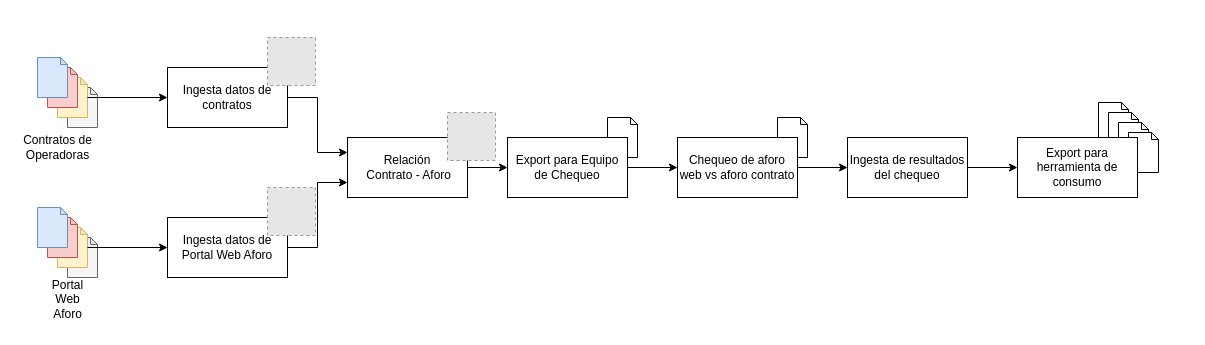
icuefue/draw.io keeps this draw.io diagram as draw.io/LaLiga/Chek_Aforo.drawio. Above is the earlier version. Source tidied: cells renumbered, new cells numbered last; positions are measured from the earlier drawing's top-left corner, leaving out a move shared by most shapes. Both pictures are drawn from the tidied source at 100%, with x=0, y=0 at pixel (17, 37). Pictures stored in the file or linked from it are replaced by grey dashed boxes.
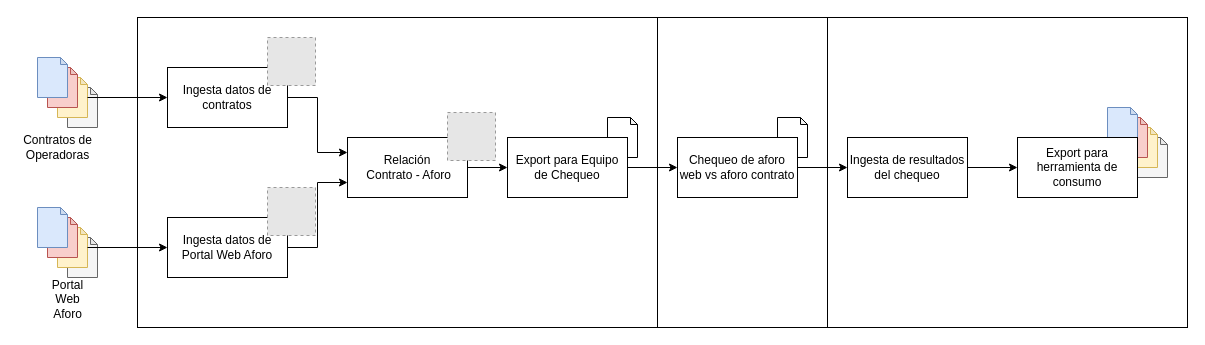
Above is the later version.

The edit, as a diff of the source:
```diff
@@
-    <mxCell id="2" style="shape=note;whiteSpace=wrap;html=1;backgroundOutline=1;darkOpacity=0.05;size=7;" parent="1" vertex="1">
-      <mxGeometry x="1081" y="65" width="30" height="40" as="geometry" />
-    </mxCell>
-    <mxCell id="3" style="shape=note;whiteSpace=wrap;html=1;backgroundOutline=1;darkOpacity=0.05;size=7;" parent="1" vertex="1">
-      <mxGeometry x="1091" y="75" width="30" height="40" as="geometry" />
-    </mxCell>
-    <mxCell id="4" style="shape=note;whiteSpace=wrap;html=1;backgroundOutline=1;darkOpacity=0.05;size=7;" parent="1" vertex="1">
-      <mxGeometry x="1101" y="85" width="30" height="40" as="geometry" />
-    </mxCell>
-    <mxCell id="5" style="shape=note;whiteSpace=wrap;html=1;backgroundOutline=1;darkOpacity=0.05;size=7;" parent="1" vertex="1">
-      <mxGeometry x="1111" y="95" width="30" height="40" as="geometry" />
-    </mxCell>
+    <mxCell id="38" style="rounded=0;whiteSpace=wrap;html=1;labelBackgroundColor=#FF0000;" parent="1" vertex="1">
+      <mxGeometry x="640" y="-20" width="170" height="310" as="geometry" />
+    </mxCell>
+    <mxCell id="39" style="rounded=0;whiteSpace=wrap;html=1;labelBackgroundColor=#FF0000;" parent="1" vertex="1">
+      <mxGeometry x="810" y="-20" width="360" height="310" as="geometry" />
+    </mxCell>
+    <mxCell id="40" style="rounded=0;whiteSpace=wrap;html=1;labelBackgroundColor=#FF0000;" parent="1" vertex="1">
+      <mxGeometry x="120" y="-20" width="520" height="310" as="geometry" />
+    </mxCell>
+    <mxCell id="41" style="group;" parent="1" vertex="1">
+      <mxGeometry x="1090" y="70" width="60" height="70" as="geometry" />
+    </mxCell>
+    <mxCell id="42" style="shape=note;whiteSpace=wrap;html=1;backgroundOutline=1;darkOpacity=0.05;size=7;fillColor=#f5f5f5;strokeColor=#666666;fontColor=#333333;" parent="41" vertex="1">
+      <mxGeometry x="30" y="30" width="30" height="40" as="geometry" />
+    </mxCell>
+    <mxCell id="43" style="shape=note;whiteSpace=wrap;html=1;backgroundOutline=1;darkOpacity=0.05;size=7;fillColor=#fff2cc;strokeColor=#d6b656;" parent="41" vertex="1">
+      <mxGeometry x="20" y="20" width="30" height="40" as="geometry" />
+    </mxCell>
+    <mxCell id="44" style="shape=note;whiteSpace=wrap;html=1;backgroundOutline=1;darkOpacity=0.05;size=7;fillColor=#f8cecc;strokeColor=#b85450;" parent="41" vertex="1">
+      <mxGeometry x="10" y="10" width="30" height="40" as="geometry" />
+    </mxCell>
+    <mxCell id="45" style="shape=note;whiteSpace=wrap;html=1;backgroundOutline=1;darkOpacity=0.05;size=7;fillColor=#dae8fc;strokeColor=#6c8ebf;" parent="41" vertex="1">
+      <mxGeometry width="30" height="40" as="geometry" />
+    </mxCell>
```
